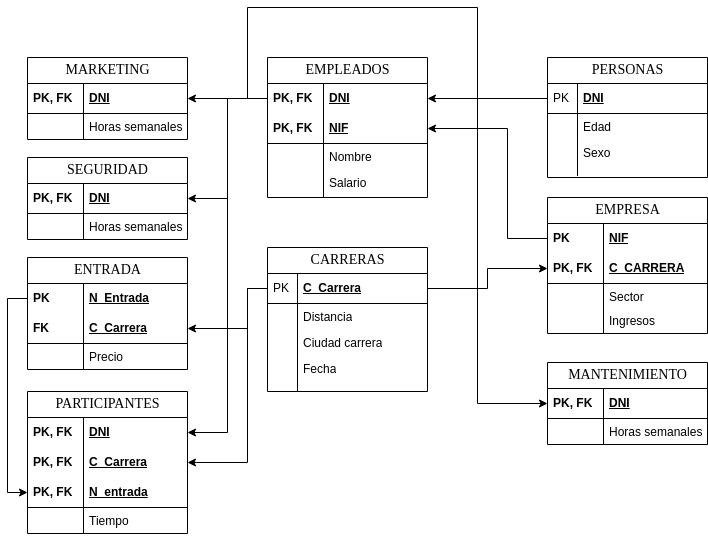
The draw.io diagram Proyecto_de_la_asignatura/Modelos/Modelo_Relacional.png in alu0101330037/Practicas_ADBBDD, before a commit. Source tidied: cells renumbered, new cells last; positions are measured from the earlier drawing's top-left corner, leaving out a move shared by most shapes.
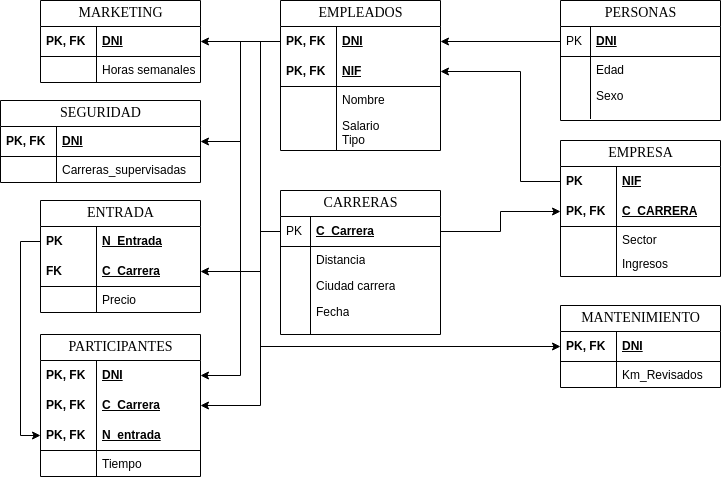
The same file after the commit.

Commit message:
Modelos terminados

What changed in the source:
```diff
@@ -78,7 +78,7 @@
       <mxGeometry width="56" height="26" as="geometry" />
     </mxCell>
     <mxCell id="27" value="EMPLEADOS" style="swimlane;html=1;fontStyle=0;horizontal=1;startSize=26;swimlaneFillColor=#ffffff;align=center;rounded=0;shadow=0;comic=0;labelBackgroundColor=none;strokeWidth=1;fontFamily=Verdana;fontSize=14;" parent="1" vertex="1">
-      <mxGeometry x="240" y="50" width="160" height="140" as="geometry" />
+      <mxGeometry x="240" y="50" width="160" height="150" as="geometry" />
     </mxCell>
     <mxCell id="28" value="DNI" style="shape=partialRectangle;top=0;left=0;right=0;bottom=0;html=1;align=left;verticalAlign=middle;fillColor=none;spacingLeft=60;spacingRight=4;whiteSpace=wrap;overflow=hidden;points=[[0,0.5],[1,0.5]];portConstraint=eastwest;fontStyle=5;labelBackgroundColor=none;" parent="27" vertex="1">
       <mxGeometry y="26" width="160" height="30" as="geometry" />
@@ -98,11 +98,11 @@
     <mxCell id="33" style="shape=partialRectangle;top=0;left=0;bottom=0;html=1;fillColor=none;align=left;verticalAlign=top;spacingLeft=4;spacingRight=4;whiteSpace=wrap;overflow=hidden;labelBackgroundColor=none;" parent="32" vertex="1">
       <mxGeometry width="56" height="26" as="geometry" />
     </mxCell>
-    <mxCell id="34" value="Salario" style="shape=partialRectangle;top=0;left=0;right=0;bottom=0;html=1;align=left;verticalAlign=top;fillColor=none;spacingLeft=60;spacingRight=4;whiteSpace=wrap;overflow=hidden;labelBackgroundColor=none;" parent="27" vertex="1">
-      <mxGeometry y="112" width="160" height="28" as="geometry" />
+    <mxCell id="34" value="Salario&lt;br&gt;Tipo" style="shape=partialRectangle;top=0;left=0;right=0;bottom=0;html=1;align=left;verticalAlign=top;fillColor=none;spacingLeft=60;spacingRight=4;whiteSpace=wrap;overflow=hidden;labelBackgroundColor=none;" parent="27" vertex="1">
+      <mxGeometry y="112" width="160" height="38" as="geometry" />
     </mxCell>
     <mxCell id="35" style="shape=partialRectangle;top=0;left=0;bottom=0;html=1;fillColor=none;align=left;verticalAlign=top;spacingLeft=4;spacingRight=4;whiteSpace=wrap;overflow=hidden;labelBackgroundColor=none;" parent="34" vertex="1">
-      <mxGeometry width="56" height="28" as="geometry" />
+      <mxGeometry width="56" height="38" as="geometry" />
     </mxCell>
     <mxCell id="36" value="PARTICIPANTES" style="swimlane;html=1;fontStyle=0;horizontal=1;startSize=26;swimlaneFillColor=#ffffff;align=center;rounded=0;shadow=0;comic=0;labelBackgroundColor=none;strokeWidth=1;fontFamily=Verdana;fontSize=14;" parent="1" vertex="1">
       <mxGeometry y="384" width="160" height="142" as="geometry" />
@@ -180,16 +180,16 @@
       <mxGeometry width="56" height="26" as="geometry" />
     </mxCell>
     <mxCell id="61" value="SEGURIDAD" style="swimlane;html=1;fontStyle=0;horizontal=1;startSize=26;swimlaneFillColor=#ffffff;align=center;rounded=0;shadow=0;comic=0;labelBackgroundColor=none;strokeWidth=1;fontFamily=Verdana;fontSize=14;" parent="1" vertex="1">
-      <mxGeometry y="150" width="160" height="82" as="geometry" />
+      <mxGeometry x="-40" y="150" width="200" height="82" as="geometry" />
     </mxCell>
     <mxCell id="62" value="DNI" style="shape=partialRectangle;top=0;left=0;right=0;bottom=1;html=1;align=left;verticalAlign=middle;fillColor=none;spacingLeft=60;spacingRight=4;whiteSpace=wrap;overflow=hidden;points=[[0,0.5],[1,0.5]];portConstraint=eastwest;fontStyle=5;labelBackgroundColor=none;" parent="61" vertex="1">
-      <mxGeometry y="26" width="160" height="30" as="geometry" />
+      <mxGeometry y="26" width="200" height="30" as="geometry" />
     </mxCell>
     <mxCell id="63" value="PK, FK" style="shape=partialRectangle;fontStyle=1;top=0;left=0;bottom=0;html=1;fillColor=none;align=left;verticalAlign=middle;spacingLeft=4;spacingRight=4;whiteSpace=wrap;overflow=hidden;labelBackgroundColor=none;" parent="62" vertex="1">
       <mxGeometry width="56" height="30" as="geometry" />
     </mxCell>
-    <mxCell id="64" value="Horas semanales" style="shape=partialRectangle;top=0;left=0;right=0;bottom=0;html=1;align=left;verticalAlign=top;fillColor=none;spacingLeft=60;spacingRight=4;whiteSpace=wrap;overflow=hidden;labelBackgroundColor=none;" parent="61" vertex="1">
-      <mxGeometry y="56" width="160" height="26" as="geometry" />
+    <mxCell id="64" value="Carreras_supervisadas" style="shape=partialRectangle;top=0;left=0;right=0;bottom=0;html=1;align=left;verticalAlign=top;fillColor=none;spacingLeft=60;spacingRight=4;whiteSpace=wrap;overflow=hidden;labelBackgroundColor=none;" parent="61" vertex="1">
+      <mxGeometry y="56" width="200" height="26" as="geometry" />
     </mxCell>
     <mxCell id="65" style="shape=partialRectangle;top=0;left=0;bottom=0;html=1;fillColor=none;align=left;verticalAlign=top;spacingLeft=4;spacingRight=4;whiteSpace=wrap;overflow=hidden;labelBackgroundColor=none;" parent="64" vertex="1">
       <mxGeometry width="56" height="26" as="geometry" />
@@ -205,15 +205,9 @@
     <mxCell id="67" style="edgeStyle=orthogonalEdgeStyle;rounded=0;jettySize=auto;html=1;exitX=0;exitY=0.5;exitDx=0;exitDy=0;entryX=0;entryY=0.5;entryDx=0;entryDy=0;" parent="1" edge="1" source="21" target="41">
       <mxGeometry relative="1" as="geometry" />
     </mxCell>
-    <mxCell id="68" style="edgeStyle=orthogonalEdgeStyle;rounded=0;jettySize=auto;html=1;exitX=0;exitY=0.5;exitDx=0;exitDy=0;" parent="1" edge="1" source="28" target="57">
-      <mxGeometry relative="1" as="geometry" />
-    </mxCell>
     <mxCell id="69" style="edgeStyle=orthogonalEdgeStyle;rounded=0;jettySize=auto;html=1;exitX=0;exitY=0.5;exitDx=0;exitDy=0;entryX=1;entryY=0.5;entryDx=0;entryDy=0;" parent="1" edge="1" source="3" target="28">
       <mxGeometry relative="1" as="geometry" />
     </mxCell>
-    <mxCell id="70" style="edgeStyle=orthogonalEdgeStyle;rounded=0;jettySize=auto;html=1;exitX=0;exitY=0.5;exitDx=0;exitDy=0;entryX=1;entryY=0.5;entryDx=0;entryDy=0;" parent="1" edge="1" source="28" target="62">
-      <mxGeometry relative="1" as="geometry" />
-    </mxCell>
     <mxCell id="71" style="edgeStyle=orthogonalEdgeStyle;rounded=0;jettySize=auto;html=1;exitX=0;exitY=0.5;exitDx=0;exitDy=0;entryX=1;entryY=0.5;entryDx=0;entryDy=0;" parent="1" edge="1" source="46" target="39">
       <mxGeometry relative="1" as="geometry">
         <Array as="points">
@@ -239,22 +233,12 @@
     <mxCell id="75" value="PK, FK" style="shape=partialRectangle;fontStyle=1;top=0;left=0;bottom=0;html=1;fillColor=none;align=left;verticalAlign=middle;spacingLeft=4;spacingRight=4;whiteSpace=wrap;overflow=hidden;labelBackgroundColor=none;" parent="74" vertex="1">
       <mxGeometry width="56" height="30" as="geometry" />
     </mxCell>
-    <mxCell id="76" value="Horas semanales" style="shape=partialRectangle;top=0;left=0;right=0;bottom=0;html=1;align=left;verticalAlign=top;fillColor=none;spacingLeft=60;spacingRight=4;whiteSpace=wrap;overflow=hidden;labelBackgroundColor=none;" parent="73" vertex="1">
+    <mxCell id="76" value="Km_Revisados" style="shape=partialRectangle;top=0;left=0;right=0;bottom=0;html=1;align=left;verticalAlign=top;fillColor=none;spacingLeft=60;spacingRight=4;whiteSpace=wrap;overflow=hidden;labelBackgroundColor=none;" parent="73" vertex="1">
       <mxGeometry y="56" width="160" height="26" as="geometry" />
     </mxCell>
     <mxCell id="77" style="shape=partialRectangle;top=0;left=0;bottom=0;html=1;fillColor=none;align=left;verticalAlign=top;spacingLeft=4;spacingRight=4;whiteSpace=wrap;overflow=hidden;labelBackgroundColor=none;" parent="76" vertex="1">
       <mxGeometry width="56" height="26" as="geometry" />
     </mxCell>
-    <mxCell id="78" style="edgeStyle=orthogonalEdgeStyle;rounded=0;jettySize=auto;html=1;exitX=0;exitY=0.5;exitDx=0;exitDy=0;entryX=0;entryY=0.5;entryDx=0;entryDy=0;" parent="1" edge="1" source="28" target="74">
-      <mxGeometry relative="1" as="geometry">
-        <Array as="points">
-          <mxPoint x="220" y="91" />
-          <mxPoint x="220" />
-          <mxPoint x="450" />
-          <mxPoint x="450" y="396" />
-        </Array>
-      </mxGeometry>
-    </mxCell>
     <mxCell id="79" style="edgeStyle=orthogonalEdgeStyle;rounded=0;jettySize=auto;html=1;exitX=0;exitY=0.5;exitDx=0;exitDy=0;entryX=1;entryY=0.5;entryDx=0;entryDy=0;" parent="1" edge="1" source="12" target="30">
       <mxGeometry x="0.14" y="-20" relative="1" as="geometry">
         <Array as="points">
@@ -266,5 +250,14 @@
     <mxCell id="80" style="edgeStyle=orthogonalEdgeStyle;rounded=0;jettySize=auto;html=1;exitX=1;exitY=0.5;exitDx=0;exitDy=0;entryX=0;entryY=0.5;entryDx=0;entryDy=0;" parent="1" edge="1" source="46" target="14">
       <mxGeometry relative="1" as="geometry" />
     </mxCell>
+    <mxCell id="70" style="edgeStyle=orthogonalEdgeStyle;rounded=0;jettySize=auto;html=1;exitX=0;exitY=0.5;exitDx=0;exitDy=0;entryX=1;entryY=0.5;entryDx=0;entryDy=0;" parent="1" edge="1" source="28" target="62">
+      <mxGeometry relative="1" as="geometry" />
+    </mxCell>
+    <mxCell id="68" style="edgeStyle=orthogonalEdgeStyle;rounded=0;jettySize=auto;html=1;exitX=0;exitY=0.5;exitDx=0;exitDy=0;entryX=1;entryY=0.5;entryDx=0;entryDy=0;" parent="1" edge="1" source="28" target="57">
+      <mxGeometry relative="1" as="geometry" />
+    </mxCell>
+    <mxCell id="78" style="edgeStyle=orthogonalEdgeStyle;rounded=0;jettySize=auto;html=1;exitX=0;exitY=0.5;exitDx=0;exitDy=0;entryX=0;entryY=0.5;entryDx=0;entryDy=0;" parent="1" edge="1" source="28" target="74">
+      <mxGeometry relative="1" as="geometry" />
+    </mxCell>
   </root>
 </mxGraphModel>
```
